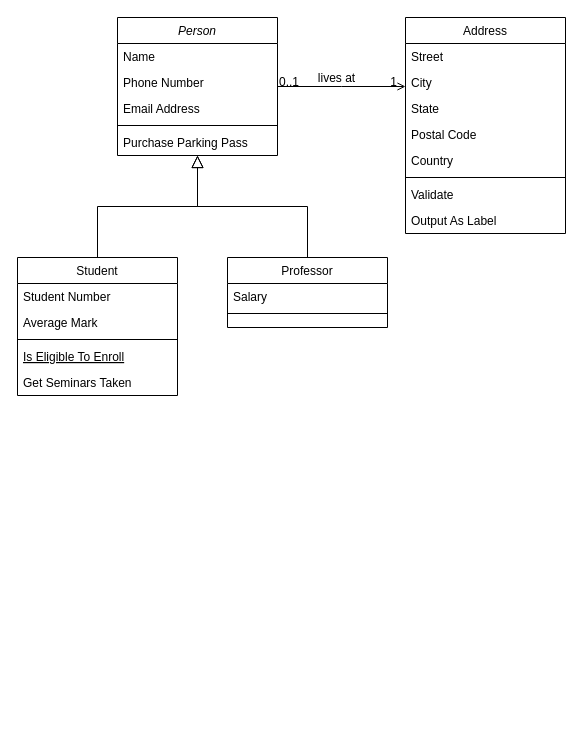
Before: Classs-Diagrammm.drawio in syaikhasyuhda/perpusdigital, a draw.io diagram. Source tidied: cells renumbered, new cells numbered last; positions are measured from the earlier drawing's top-left corner, leaving out a move shared by most shapes. Both pictures are drawn from the tidied source at 100%, with x=0, y=0 at pixel (17, 17).
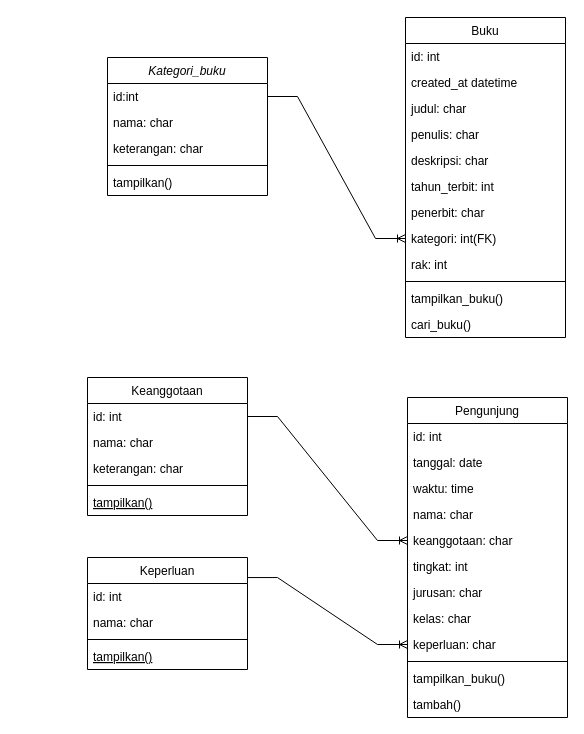
The same page after the edit.

What changed in the source:
```diff
@@
-    <mxCell id="2" value="Person" style="swimlane;fontStyle=2;align=center;verticalAlign=top;horizontal=1;startSize=26;rounded=0;shadow=0;strokeWidth=1;" parent="1" vertex="1">
-      <mxGeometry x="100" width="160" height="138" as="geometry" />
+    <mxCell id="2" value="Kategori_buku" style="swimlane;fontStyle=2;align=center;verticalAlign=top;horizontal=1;startSize=26;rounded=0;shadow=0;strokeWidth=1;" parent="1" vertex="1">
+      <mxGeometry x="90" y="40" width="160" height="138" as="geometry" />
     </mxCell>
-    <mxCell id="3" value="Name" style="text;align=left;verticalAlign=top;spacingLeft=4;spacingRight=4;overflow=hidden;points=[[0,0.5],[1,0.5]];portConstraint=eastwest;" parent="2" vertex="1">
+    <mxCell id="3" value="id:int" style="text;align=left;verticalAlign=top;spacingLeft=4;spacingRight=4;overflow=hidden;points=[[0,0.5],[1,0.5]];portConstraint=eastwest;" parent="2" vertex="1">
       <mxGeometry y="26" width="160" height="26" as="geometry" />
     </mxCell>
-    <mxCell id="4" value="Phone Number" style="text;align=left;verticalAlign=top;spacingLeft=4;spacingRight=4;overflow=hidden;rounded=0;shadow=0;html=0;" parent="2" vertex="1">
+    <mxCell id="4" value="nama: char" style="text;align=left;verticalAlign=top;spacingLeft=4;spacingRight=4;overflow=hidden;rounded=0;shadow=0;html=0;" parent="2" vertex="1">
       <mxGeometry y="52" width="160" height="26" as="geometry" />
     </mxCell>
-    <mxCell id="5" value="Email Address" style="text;align=left;verticalAlign=top;spacingLeft=4;spacingRight=4;overflow=hidden;rounded=0;shadow=0;html=0;" parent="2" vertex="1">
+    <mxCell id="5" value="keterangan: char" style="text;align=left;verticalAlign=top;spacingLeft=4;spacingRight=4;overflow=hidden;rounded=0;shadow=0;html=0;" parent="2" vertex="1">
       <mxGeometry y="78" width="160" height="26" as="geometry" />
     </mxCell>
@@
-    <mxCell id="7" value="Purchase Parking Pass" style="text;align=left;verticalAlign=top;spacingLeft=4;spacingRight=4;overflow=hidden;" parent="2" vertex="1">
+    <mxCell id="7" value="tampilkan()" style="text;align=left;verticalAlign=top;spacingLeft=4;spacingRight=4;overflow=hidden;" parent="2" vertex="1">
       <mxGeometry y="112" width="160" height="26" as="geometry" />
     </mxCell>
-    <mxCell id="8" value="Student" style="swimlane;fontStyle=0;align=center;verticalAlign=top;horizontal=1;startSize=26;rounded=0;shadow=0;strokeWidth=1;" parent="1" vertex="1">
-      <mxGeometry y="240" width="160" height="138" as="geometry" />
+    <mxCell id="8" value="Keperluan" style="swimlane;fontStyle=0;align=center;verticalAlign=top;horizontal=1;startSize=26;rounded=0;shadow=0;strokeWidth=1;" parent="1" vertex="1">
+      <mxGeometry x="70" y="540" width="160" height="112" as="geometry" />
     </mxCell>
-    <mxCell id="9" value="Student Number" style="text;align=left;verticalAlign=top;spacingLeft=4;spacingRight=4;overflow=hidden;" parent="8" vertex="1">
+    <mxCell id="9" value="id: int" style="text;align=left;verticalAlign=top;spacingLeft=4;spacingRight=4;overflow=hidden;" parent="8" vertex="1">
       <mxGeometry y="26" width="160" height="26" as="geometry" />
     </mxCell>
-    <mxCell id="10" value="Average Mark" style="text;align=left;verticalAlign=top;spacingLeft=4;spacingRight=4;overflow=hidden;rounded=0;shadow=0;html=0;" parent="8" vertex="1">
+    <mxCell id="10" value="nama: char" style="text;align=left;verticalAlign=top;spacingLeft=4;spacingRight=4;overflow=hidden;rounded=0;shadow=0;html=0;" parent="8" vertex="1">
       <mxGeometry y="52" width="160" height="26" as="geometry" />
     </mxCell>
@@
-    <mxCell id="12" value="Is Eligible To Enroll" style="text;align=left;verticalAlign=top;spacingLeft=4;spacingRight=4;overflow=hidden;fontStyle=4;" parent="8" vertex="1">
+    <mxCell id="12" value="tampilkan()" style="text;align=left;verticalAlign=top;spacingLeft=4;spacingRight=4;overflow=hidden;fontStyle=4;" parent="8" vertex="1">
       <mxGeometry y="86" width="160" height="26" as="geometry" />
     </mxCell>
-    <mxCell id="13" value="Get Seminars Taken" style="text;align=left;verticalAlign=top;spacingLeft=4;spacingRight=4;overflow=hidden;" parent="8" vertex="1">
-      <mxGeometry y="112" width="160" height="26" as="geometry" />
-    </mxCell>
-    <mxCell id="14" style="endArrow=block;endSize=10;endFill=0;shadow=0;strokeWidth=1;rounded=0;edgeStyle=elbowEdgeStyle;elbow=vertical;" parent="1" edge="1" source="8" target="2">
-      <mxGeometry relative="1" as="geometry" />
-    </mxCell>
-    <mxCell id="15" value="Professor" style="swimlane;fontStyle=0;align=center;verticalAlign=top;horizontal=1;startSize=26;rounded=0;shadow=0;strokeWidth=1;" parent="1" vertex="1">
-      <mxGeometry x="210" y="240" width="160" height="70" as="geometry" />
-    </mxCell>
-    <mxCell id="16" value="Salary" style="text;align=left;verticalAlign=top;spacingLeft=4;spacingRight=4;overflow=hidden;" parent="15" vertex="1">
-      <mxGeometry y="26" width="160" height="26" as="geometry" />
-    </mxCell>
-    <mxCell id="17" style="line;html=1;strokeWidth=1;align=left;verticalAlign=middle;spacingTop=-1;spacingLeft=3;spacingRight=3;labelPosition=right;" parent="15" vertex="1">
-      <mxGeometry y="52" width="160" height="8" as="geometry" />
-    </mxCell>
-    <mxCell id="18" style="endArrow=block;endSize=10;endFill=0;shadow=0;strokeWidth=1;rounded=0;edgeStyle=elbowEdgeStyle;elbow=vertical;" parent="1" edge="1" source="15" target="2">
-      <mxGeometry relative="1" as="geometry" />
-    </mxCell>
-    <mxCell id="19" value="Address" style="swimlane;fontStyle=0;align=center;verticalAlign=top;horizontal=1;startSize=26;rounded=0;shadow=0;strokeWidth=1;" parent="1" vertex="1">
-      <mxGeometry x="388" width="160" height="216" as="geometry" />
+    <mxCell id="19" value="Buku" style="swimlane;fontStyle=0;align=center;verticalAlign=top;horizontal=1;startSize=26;rounded=0;shadow=0;strokeWidth=1;" parent="1" vertex="1">
+      <mxGeometry x="388" width="160" height="320" as="geometry" />
     </mxCell>
-    <mxCell id="20" value="Street" style="text;align=left;verticalAlign=top;spacingLeft=4;spacingRight=4;overflow=hidden;" parent="19" vertex="1">
+    <mxCell id="20" value="id: int" style="text;align=left;verticalAlign=top;spacingLeft=4;spacingRight=4;overflow=hidden;" parent="19" vertex="1">
       <mxGeometry y="26" width="160" height="26" as="geometry" />
     </mxCell>
-    <mxCell id="21" value="City" style="text;align=left;verticalAlign=top;spacingLeft=4;spacingRight=4;overflow=hidden;rounded=0;shadow=0;html=0;" parent="19" vertex="1">
+    <mxCell id="21" value="created_at datetime" style="text;align=left;verticalAlign=top;spacingLeft=4;spacingRight=4;overflow=hidden;rounded=0;shadow=0;html=0;" parent="19" vertex="1">
       <mxGeometry y="52" width="160" height="26" as="geometry" />
     </mxCell>
-    <mxCell id="22" value="State" style="text;align=left;verticalAlign=top;spacingLeft=4;spacingRight=4;overflow=hidden;rounded=0;shadow=0;html=0;" parent="19" vertex="1">
+    <mxCell id="22" value="judul: char" style="text;align=left;verticalAlign=top;spacingLeft=4;spacingRight=4;overflow=hidden;rounded=0;shadow=0;html=0;" parent="19" vertex="1">
       <mxGeometry y="78" width="160" height="26" as="geometry" />
     </mxCell>
-    <mxCell id="23" value="Postal Code" style="text;align=left;verticalAlign=top;spacingLeft=4;spacingRight=4;overflow=hidden;rounded=0;shadow=0;html=0;" parent="19" vertex="1">
+    <mxCell id="23" value="penulis: char" style="text;align=left;verticalAlign=top;spacingLeft=4;spacingRight=4;overflow=hidden;rounded=0;shadow=0;html=0;" parent="19" vertex="1">
       <mxGeometry y="104" width="160" height="26" as="geometry" />
     </mxCell>
-    <mxCell id="24" value="Country" style="text;align=left;verticalAlign=top;spacingLeft=4;spacingRight=4;overflow=hidden;rounded=0;shadow=0;html=0;" parent="19" vertex="1">
+    <mxCell id="24" value="deskripsi: char" style="text;align=left;verticalAlign=top;spacingLeft=4;spacingRight=4;overflow=hidden;rounded=0;shadow=0;html=0;" parent="19" vertex="1">
       <mxGeometry y="130" width="160" height="26" as="geometry" />
     </mxCell>
+    <mxCell id="32" value="tahun_terbit: int" style="text;align=left;verticalAlign=top;spacingLeft=4;spacingRight=4;overflow=hidden;rounded=0;shadow=0;html=0;" parent="19" vertex="1">
+      <mxGeometry y="156" width="160" height="26" as="geometry" />
+    </mxCell>
+    <mxCell id="33" value="penerbit: char" style="text;align=left;verticalAlign=top;spacingLeft=4;spacingRight=4;overflow=hidden;rounded=0;shadow=0;html=0;" parent="19" vertex="1">
+      <mxGeometry y="182" width="160" height="26" as="geometry" />
+    </mxCell>
+    <mxCell id="34" value="kategori: int(FK)" style="text;align=left;verticalAlign=top;spacingLeft=4;spacingRight=4;overflow=hidden;points=[[0,0.5],[1,0.5]];portConstraint=eastwest;rounded=0;shadow=0;html=0;" parent="19" vertex="1">
+      <mxGeometry y="208" width="160" height="26" as="geometry" />
+    </mxCell>
+    <mxCell id="35" value="rak: int" style="text;align=left;verticalAlign=top;spacingLeft=4;spacingRight=4;overflow=hidden;rounded=0;shadow=0;html=0;" parent="19" vertex="1">
+      <mxGeometry y="234" width="160" height="26" as="geometry" />
+    </mxCell>
     <mxCell id="25" style="line;html=1;strokeWidth=1;align=left;verticalAlign=middle;spacingTop=-1;spacingLeft=3;spacingRight=3;labelPosition=right;" parent="19" vertex="1">
-      <mxGeometry y="156" width="160" height="8" as="geometry" />
+      <mxGeometry y="260" width="160" height="8" as="geometry" />
     </mxCell>
-    <mxCell id="26" value="Validate" style="text;align=left;verticalAlign=top;spacingLeft=4;spacingRight=4;overflow=hidden;" parent="19" vertex="1">
-      <mxGeometry y="164" width="160" height="26" as="geometry" />
+    <mxCell id="26" value="tampilkan_buku()" style="text;align=left;verticalAlign=top;spacingLeft=4;spacingRight=4;overflow=hidden;" parent="19" vertex="1">
+      <mxGeometry y="268" width="160" height="26" as="geometry" />
     </mxCell>
-    <mxCell id="27" value="Output As Label" style="text;align=left;verticalAlign=top;spacingLeft=4;spacingRight=4;overflow=hidden;" parent="19" vertex="1">
-      <mxGeometry y="190" width="160" height="26" as="geometry" />
+    <mxCell id="27" value="cari_buku()" style="text;align=left;verticalAlign=top;spacingLeft=4;spacingRight=4;overflow=hidden;" parent="19" vertex="1">
+      <mxGeometry y="294" width="160" height="26" as="geometry" />
     </mxCell>
-    <mxCell id="28" style="endArrow=open;shadow=0;strokeWidth=1;rounded=0;endFill=1;edgeStyle=elbowEdgeStyle;elbow=vertical;" parent="1" edge="1" source="2" target="19">
-      <mxGeometry x="0.5" y="41" relative="1" as="geometry">
-        <mxPoint x="-40" y="32" as="offset" />
-      </mxGeometry>
-    </mxCell>
-    <mxCell id="29" value="0..1" style="align=left;verticalAlign=bottom;labelBackgroundColor=none;fontSize=12;" parent="28" vertex="1">
-      <mxGeometry x="-1" relative="1" as="geometry">
-        <mxPoint y="4" as="offset" />
-      </mxGeometry>
-    </mxCell>
-    <mxCell id="30" value="1" style="align=right;verticalAlign=bottom;labelBackgroundColor=none;fontSize=12;" parent="28" vertex="1">
-      <mxGeometry x="1" relative="1" as="geometry">
-        <mxPoint x="-7" y="4" as="offset" />
-      </mxGeometry>
-    </mxCell>
-    <mxCell id="31" value="lives at" style="text;html=1;align=center;verticalAlign=middle;labelBackgroundColor=none;rounded=0;shadow=0;strokeWidth=1;fontSize=12;" parent="28" vertex="1">
-      <mxGeometry x="0.5" y="49" relative="1" as="geometry">
-        <mxPoint x="-38" y="40" as="offset" />
-      </mxGeometry>
-    </mxCell>
+    <mxCell id="36" value="Pengunjung" style="swimlane;fontStyle=0;align=center;verticalAlign=top;horizontal=1;startSize=26;rounded=0;shadow=0;strokeWidth=1;" parent="1" vertex="1">
+      <mxGeometry x="390" y="380" width="160" height="320" as="geometry" />
+    </mxCell>
+    <mxCell id="37" value="id: int" style="text;align=left;verticalAlign=top;spacingLeft=4;spacingRight=4;overflow=hidden;" parent="36" vertex="1">
+      <mxGeometry y="26" width="160" height="26" as="geometry" />
+    </mxCell>
+    <mxCell id="38" value="tanggal: date" style="text;align=left;verticalAlign=top;spacingLeft=4;spacingRight=4;overflow=hidden;rounded=0;shadow=0;html=0;" parent="36" vertex="1">
+      <mxGeometry y="52" width="160" height="26" as="geometry" />
+    </mxCell>
+    <mxCell id="39" value="waktu: time" style="text;align=left;verticalAlign=top;spacingLeft=4;spacingRight=4;overflow=hidden;rounded=0;shadow=0;html=0;" parent="36" vertex="1">
+      <mxGeometry y="78" width="160" height="26" as="geometry" />
+    </mxCell>
+    <mxCell id="40" value="nama: char" style="text;align=left;verticalAlign=top;spacingLeft=4;spacingRight=4;overflow=hidden;rounded=0;shadow=0;html=0;" parent="36" vertex="1">
+      <mxGeometry y="104" width="160" height="26" as="geometry" />
+    </mxCell>
+    <mxCell id="41" value="keanggotaan: char" style="text;align=left;verticalAlign=top;spacingLeft=4;spacingRight=4;overflow=hidden;points=[[0,0.5],[1,0.5]];portConstraint=eastwest;rounded=0;shadow=0;html=0;" parent="36" vertex="1">
+      <mxGeometry y="130" width="160" height="26" as="geometry" />
+    </mxCell>
+    <mxCell id="42" value="tingkat: int" style="text;align=left;verticalAlign=top;spacingLeft=4;spacingRight=4;overflow=hidden;rounded=0;shadow=0;html=0;" parent="36" vertex="1">
+      <mxGeometry y="156" width="160" height="26" as="geometry" />
+    </mxCell>
+    <mxCell id="43" value="jurusan: char" style="text;align=left;verticalAlign=top;spacingLeft=4;spacingRight=4;overflow=hidden;rounded=0;shadow=0;html=0;" parent="36" vertex="1">
+      <mxGeometry y="182" width="160" height="26" as="geometry" />
+    </mxCell>
+    <mxCell id="44" value="kelas: char" style="text;align=left;verticalAlign=top;spacingLeft=4;spacingRight=4;overflow=hidden;rounded=0;shadow=0;html=0;" parent="36" vertex="1">
+      <mxGeometry y="208" width="160" height="26" as="geometry" />
+    </mxCell>
+    <mxCell id="45" value="keperluan: char" style="text;align=left;verticalAlign=top;spacingLeft=4;spacingRight=4;overflow=hidden;points=[[0,0.5],[1,0.5]];portConstraint=eastwest;rounded=0;shadow=0;html=0;" parent="36" vertex="1">
+      <mxGeometry y="234" width="160" height="26" as="geometry" />
+    </mxCell>
+    <mxCell id="46" style="line;html=1;strokeWidth=1;align=left;verticalAlign=middle;spacingTop=-1;spacingLeft=3;spacingRight=3;labelPosition=right;" parent="36" vertex="1">
+      <mxGeometry y="260" width="160" height="8" as="geometry" />
+    </mxCell>
+    <mxCell id="47" value="tampilkan_buku()" style="text;align=left;verticalAlign=top;spacingLeft=4;spacingRight=4;overflow=hidden;" parent="36" vertex="1">
+      <mxGeometry y="268" width="160" height="26" as="geometry" />
+    </mxCell>
+    <mxCell id="48" value="tambah()" style="text;align=left;verticalAlign=top;spacingLeft=4;spacingRight=4;overflow=hidden;" parent="36" vertex="1">
+      <mxGeometry y="294" width="160" height="26" as="geometry" />
+    </mxCell>
+    <mxCell id="49" style="edgeStyle=entityRelationEdgeStyle;fontSize=12;html=1;endArrow=ERoneToMany;rounded=0;exitX=1;exitY=0.179;exitDx=0;exitDy=0;exitPerimeter=0;entryX=0;entryY=0.5;entryDx=0;entryDy=0;" parent="1" edge="1" source="8" target="45">
+      <mxGeometry relative="1" as="geometry" />
+    </mxCell>
+    <mxCell id="50" style="edgeStyle=entityRelationEdgeStyle;fontSize=12;html=1;endArrow=ERoneToMany;rounded=0;entryX=0;entryY=0.5;entryDx=0;entryDy=0;exitX=1;exitY=0.5;exitDx=0;exitDy=0;" parent="1" edge="1" source="3" target="34">
+      <mxGeometry relative="1" as="geometry">
+        <Array as="points">
+          <mxPoint x="240" y="430" />
+        </Array>
+      </mxGeometry>
+    </mxCell>
+    <mxCell id="51" value="Keanggotaan" style="swimlane;fontStyle=0;align=center;verticalAlign=top;horizontal=1;startSize=26;rounded=0;shadow=0;strokeWidth=1;" parent="1" vertex="1">
+      <mxGeometry x="70" y="360" width="160" height="138" as="geometry" />
+    </mxCell>
+    <mxCell id="52" value="id: int" style="text;align=left;verticalAlign=top;spacingLeft=4;spacingRight=4;overflow=hidden;points=[[0,0.5],[1,0.5]];portConstraint=eastwest;" parent="51" vertex="1">
+      <mxGeometry y="26" width="160" height="26" as="geometry" />
+    </mxCell>
+    <mxCell id="53" value="nama: char" style="text;align=left;verticalAlign=top;spacingLeft=4;spacingRight=4;overflow=hidden;rounded=0;shadow=0;html=0;" parent="51" vertex="1">
+      <mxGeometry y="52" width="160" height="26" as="geometry" />
+    </mxCell>
+    <mxCell id="54" value="keterangan: char" style="text;align=left;verticalAlign=top;spacingLeft=4;spacingRight=4;overflow=hidden;rounded=0;shadow=0;html=0;" parent="51" vertex="1">
+      <mxGeometry y="78" width="160" height="26" as="geometry" />
+    </mxCell>
+    <mxCell id="55" style="line;html=1;strokeWidth=1;align=left;verticalAlign=middle;spacingTop=-1;spacingLeft=3;spacingRight=3;labelPosition=right;" parent="51" vertex="1">
+      <mxGeometry y="104" width="160" height="8" as="geometry" />
+    </mxCell>
+    <mxCell id="56" value="tampilkan()" style="text;align=left;verticalAlign=top;spacingLeft=4;spacingRight=4;overflow=hidden;fontStyle=4;" parent="51" vertex="1">
+      <mxGeometry y="112" width="160" height="26" as="geometry" />
+    </mxCell>
+    <mxCell id="57" style="edgeStyle=entityRelationEdgeStyle;fontSize=12;html=1;endArrow=ERoneToMany;rounded=0;entryX=0;entryY=0.5;entryDx=0;entryDy=0;exitX=1;exitY=0.5;exitDx=0;exitDy=0;" parent="1" edge="1" source="52" target="41">
+      <mxGeometry relative="1" as="geometry" />
+    </mxCell>
```
